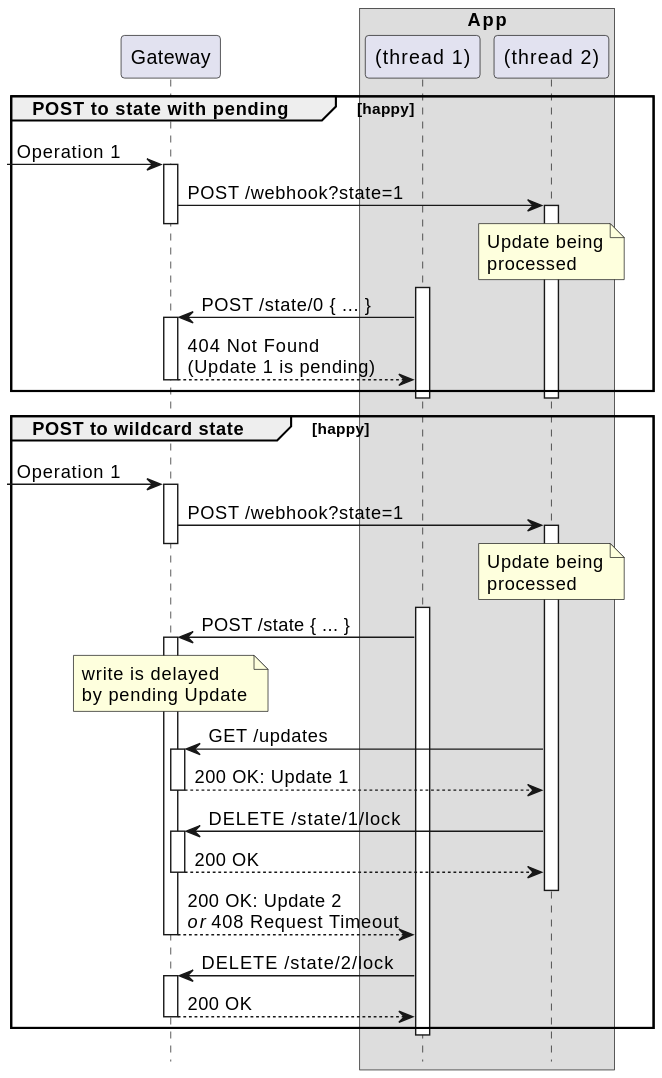
Above: architecture/api/http/img/5-with-pending.seq.svg in m-ld/m-ld-gateway (PlantUML), before the change. The source it was exported from:
```plantuml
@startuml
!pragma teoz true
hide footbox

participant Gateway as gw
box App
participant "(thread 1)" as app
participant "(thread 2)" as app2
end box

group POST to state with pending [happy]
-> gw ++: Operation 1
gw -> app2 ++--: POST /webhook?state=1
note over app2: Update being\nprocessed
activate app
app -> gw ++: POST /state/0 { ... }
return 404 Not Found\n(Update 1 is pending)
deactivate app
deactivate app2
end group

group POST to wildcard state [happy]
-> gw ++: Operation 1
gw -> app2 ++--: POST /webhook?state=1
note over app2: Update being\nprocessed
activate app
app -> gw ++: POST /state { ... }
note over gw
write is delayed
by pending Update
end note
app2 -> gw ++: GET /updates
return 200 OK: Update 1
app2 -> gw ++: DELETE /state/1/lock
return 200 OK
deactivate app2
gw --> app: 200 OK: Update 2\n//or// 408 Request Timeout
deactivate gw
app -> gw ++: DELETE /state/2/lock
return 200 OK
deactivate app
end group

@enduml
```
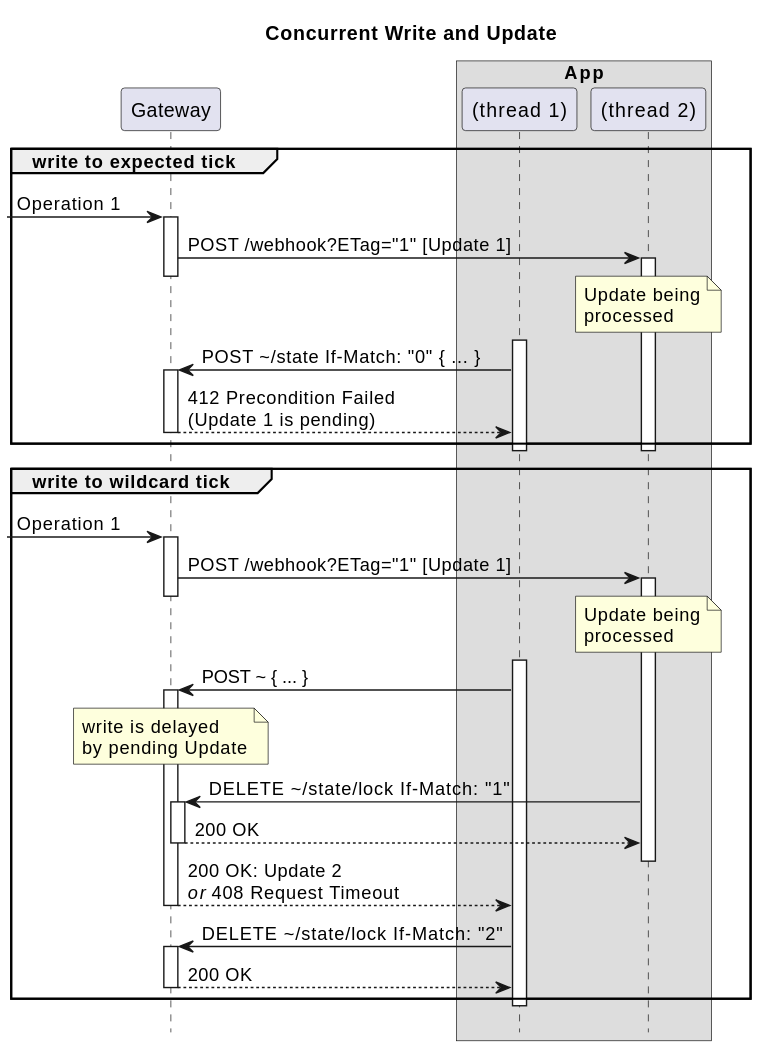
Above is the later version.

What changed in the source:
```diff
@@ -1,6 +1,8 @@
 @startuml
 !pragma teoz true
 hide footbox
+
+title: Concurrent Write and Update
 
 participant Gateway as gw
 box App
@@ -8,35 +10,33 @@
 participant "(thread 2)" as app2
 end box
 
-group POST to state with pending [happy]
+group write to expected tick
 -> gw ++: Operation 1
-gw -> app2 ++--: POST /webhook?state=1
+gw -> app2 ++--: POST /webhook?ETag="1" [Update 1]
 note over app2: Update being\nprocessed
 activate app
-app -> gw ++: POST /state/0 { ... }
-return 404 Not Found\n(Update 1 is pending)
+app -> gw ++: POST \~/state If-Match: "0" { ... }
+return 412 Precondition Failed\n(Update 1 is pending)
 deactivate app
 deactivate app2
 end group
 
-group POST to wildcard state [happy]
+group write to wildcard tick
 -> gw ++: Operation 1
-gw -> app2 ++--: POST /webhook?state=1
+gw -> app2 ++--: POST /webhook?ETag="1" [Update 1]
 note over app2: Update being\nprocessed
 activate app
-app -> gw ++: POST /state { ... }
+app -> gw ++: POST \~ { ... }
 note over gw
 write is delayed
 by pending Update
 end note
-app2 -> gw ++: GET /updates
-return 200 OK: Update 1
-app2 -> gw ++: DELETE /state/1/lock
+app2 -> gw ++: DELETE \~/state/lock If-Match: "1"
 return 200 OK
 deactivate app2
 gw --> app: 200 OK: Update 2\n//or// 408 Request Timeout
 deactivate gw
-app -> gw ++: DELETE /state/2/lock
+app -> gw ++: DELETE \~/state/lock If-Match: "2"
 return 200 OK
 deactivate app
 end group
```
